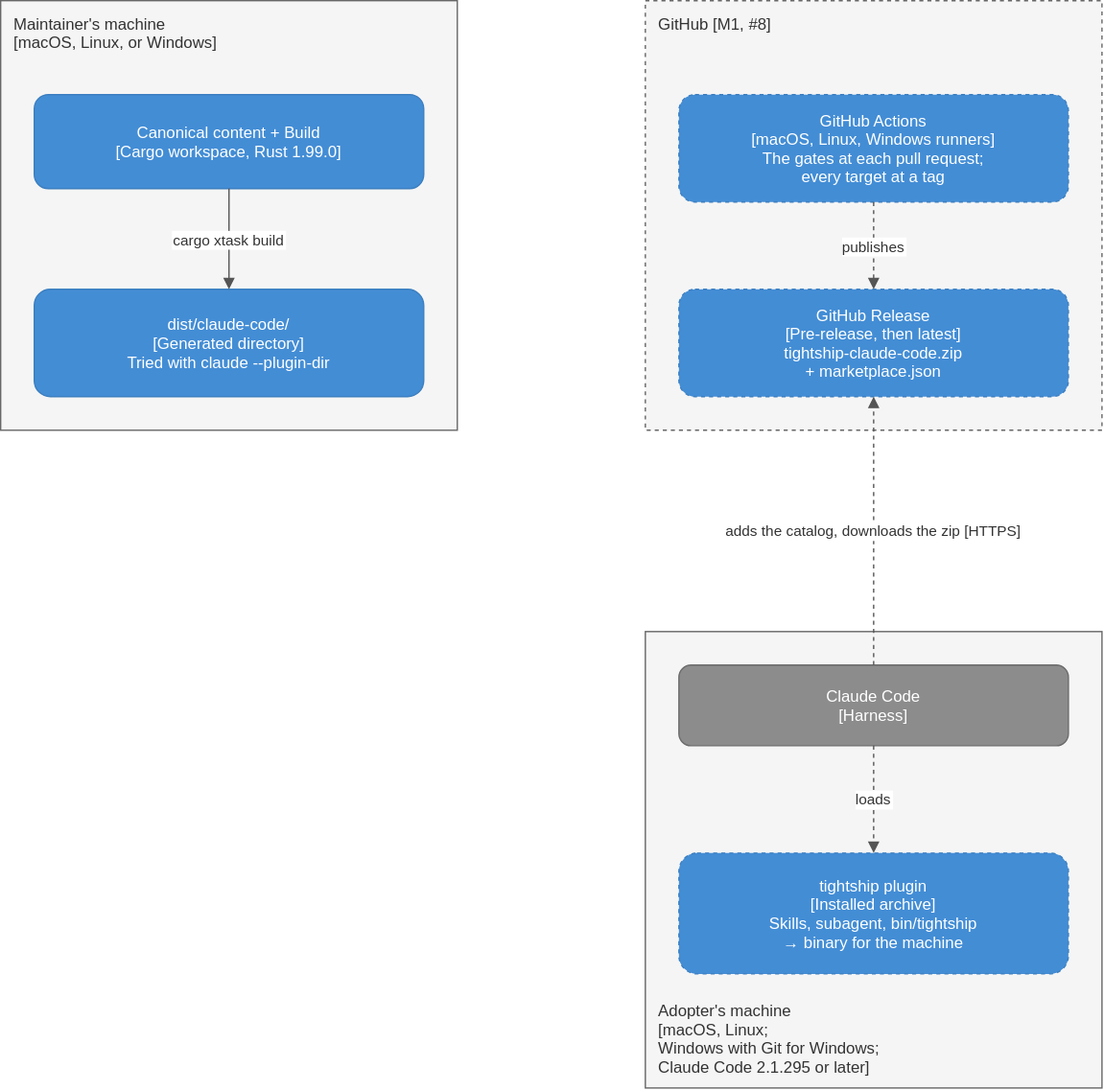
The draw.io diagram docs/architecture/diagrams/deployment.drawio.svg in ATNexusLab/tightship, before a commit. Source tidied: cells renumbered, new cells last; positions are measured from the earlier drawing's top-left corner, leaving out a move shared by most shapes.
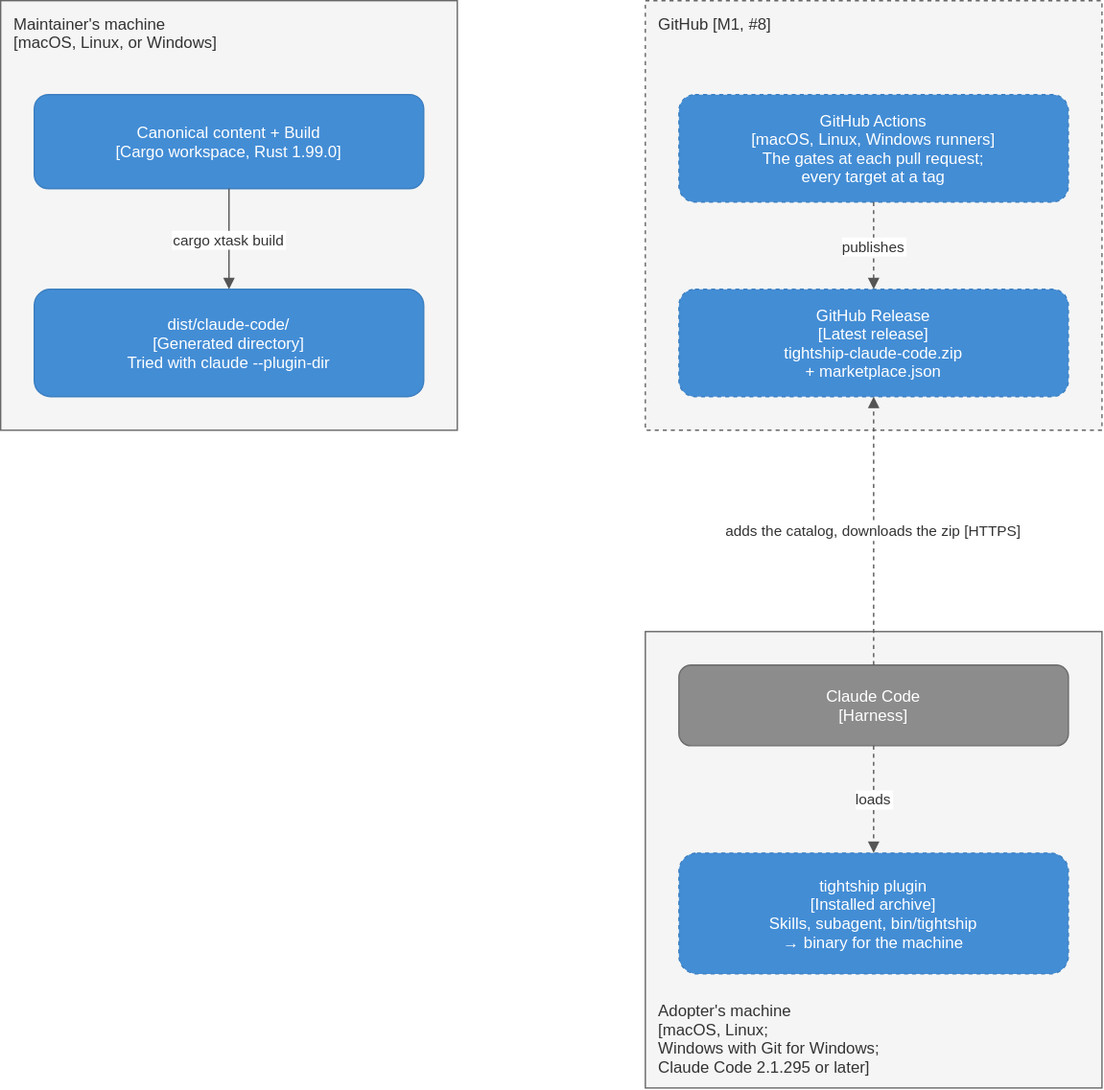
After the change.

Commit message:
ci: publish each release from main as the latest, after homologating develop

Change to the diagram source:
```diff
@@ -17,7 +17,7 @@
     <mxCell id="6" value="GitHub Actions&#10;[macOS, Linux, Windows runners]&#10;The gates at each pull request;&#10;every target at a tag" style="rounded=1;fillColor=#438dd5;fontColor=#ffffff;strokeColor=#3c7fc0;fontSize=12;html=0;dashed=1;" parent="1" vertex="1">
       <mxGeometry x="505" y="70" width="290" height="80" as="geometry" />
     </mxCell>
-    <mxCell id="7" value="GitHub Release&#10;[Pre-release, then latest]&#10;tightship-claude-code.zip&#10;+ marketplace.json" style="rounded=1;fillColor=#438dd5;fontColor=#ffffff;strokeColor=#3c7fc0;fontSize=12;html=0;dashed=1;" parent="1" vertex="1">
+    <mxCell id="7" value="GitHub Release&#10;[Latest release]&#10;tightship-claude-code.zip&#10;+ marketplace.json" style="rounded=1;fillColor=#438dd5;fontColor=#ffffff;strokeColor=#3c7fc0;fontSize=12;html=0;dashed=1;" parent="1" vertex="1">
       <mxGeometry x="505" y="215" width="290" height="80" as="geometry" />
     </mxCell>
     <mxCell id="8" value="Adopter's machine&#10;[macOS, Linux;&#10;Windows with Git for Windows;&#10;Claude Code 2.1.295 or later]" style="rounded=0;fillColor=#f5f5f5;strokeColor=#666666;fontSize=12;fontColor=#333333;verticalAlign=bottom;align=left;spacingLeft=8;spacingBottom=6;html=0;" parent="1" vertex="1">
```
